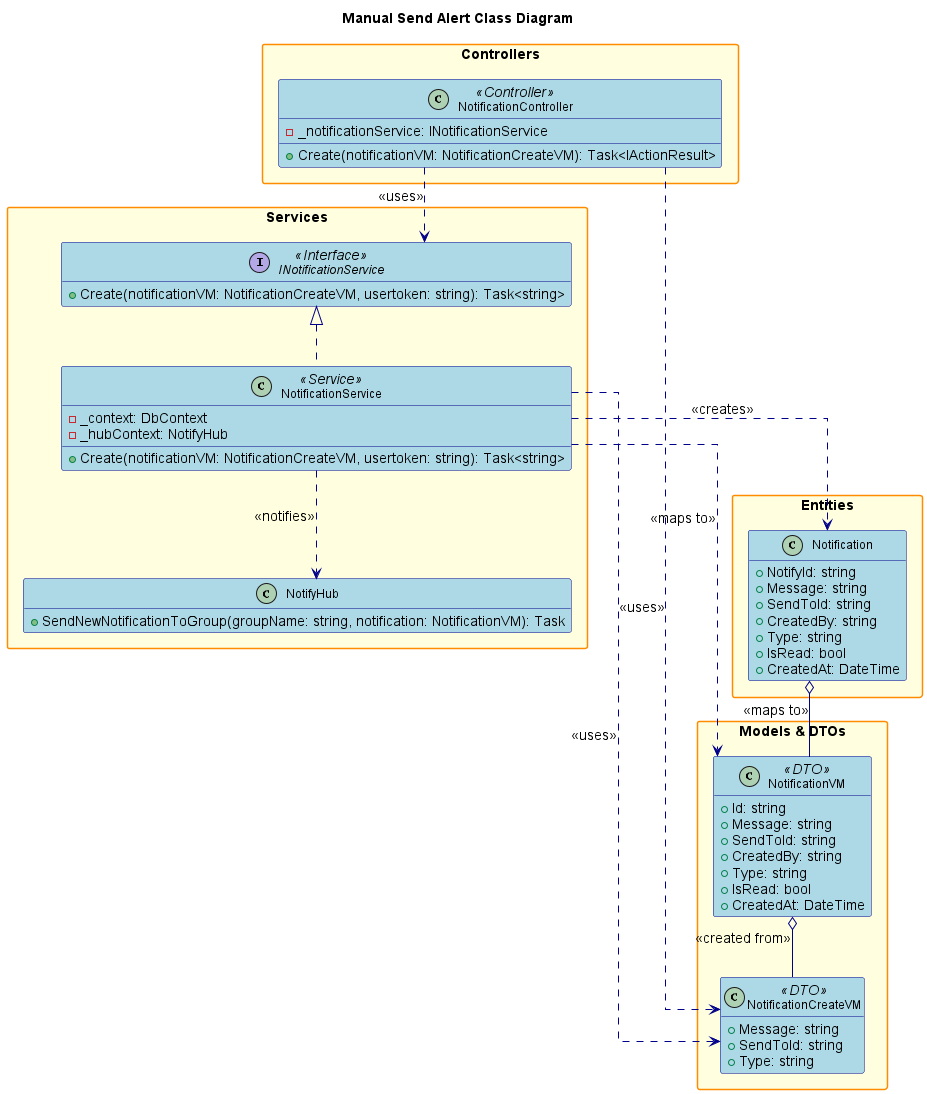
Earlier version of the PlantUML export design/out/manualsendalert/manualsendalert.png (conghoan1211/AI-Kiosk-Testing-system).
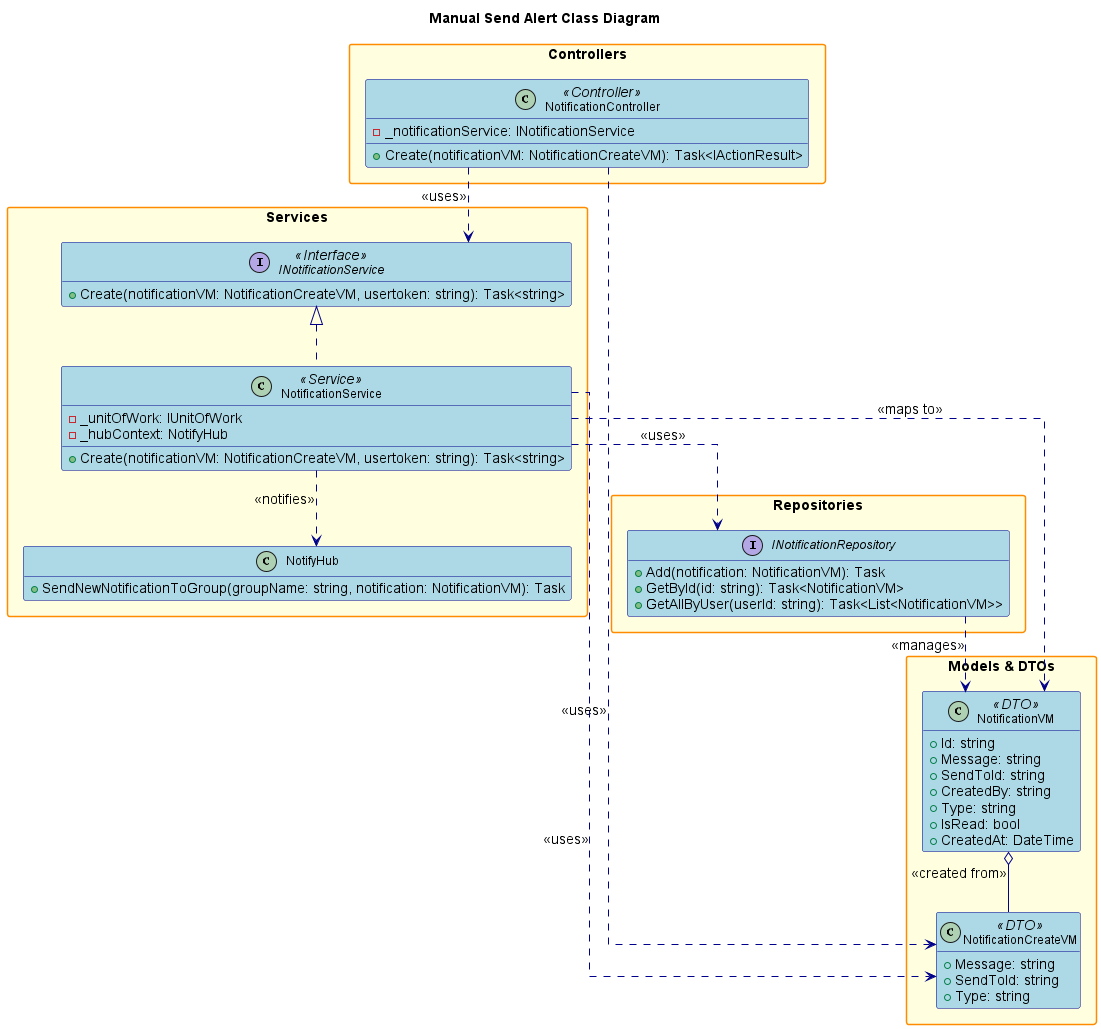
The same file after the commit.

Diff of the diagram source:
```diff
@@ -50,12 +50,20 @@
         + Create(notificationVM: NotificationCreateVM, usertoken: string): Task<string>
     }
     class NotificationService <<Service>> {
-        - _context: DbContext
+        - _unitOfWork: IUnitOfWork
         - _hubContext: NotifyHub
         + Create(notificationVM: NotificationCreateVM, usertoken: string): Task<string>
     }
     class NotifyHub {
         + SendNewNotificationToGroup(groupName: string, notification: NotificationVM): Task
+    }
+}
+
+package "Repositories" {
+    interface INotificationRepository {
+        + Add(notification: NotificationVM): Task
+        + GetById(id: string): Task<NotificationVM>
+        + GetAllByUser(userId: string): Task<List<NotificationVM>>
     }
 }
 
@@ -76,26 +84,14 @@
     }
 }
 
-package "Entities" {
-    class Notification {
-        + NotifyId: string
-        + Message: string
-        + SendToId: string
-        + CreatedBy: string
-        + Type: string
-        + IsRead: bool
-        + CreatedAt: DateTime
-    }
-}
-
 NotificationController ..> INotificationService : <<uses>>
 NotificationController ..> NotificationCreateVM : <<uses>>
 INotificationService <|.. NotificationService
-NotificationService ..> Notification : <<creates>>
 NotificationService ..> NotifyHub : <<notifies>>
 NotificationService ..> NotificationCreateVM : <<uses>>
 NotificationService ..> NotificationVM : <<maps to>>
-Notification o-- NotificationVM : <<maps to>>
+NotificationService ..> INotificationRepository : <<uses>>
+INotificationRepository ..> NotificationVM : <<manages>>
 NotificationVM o-- NotificationCreateVM : <<created from>>
 
 @enduml
```
